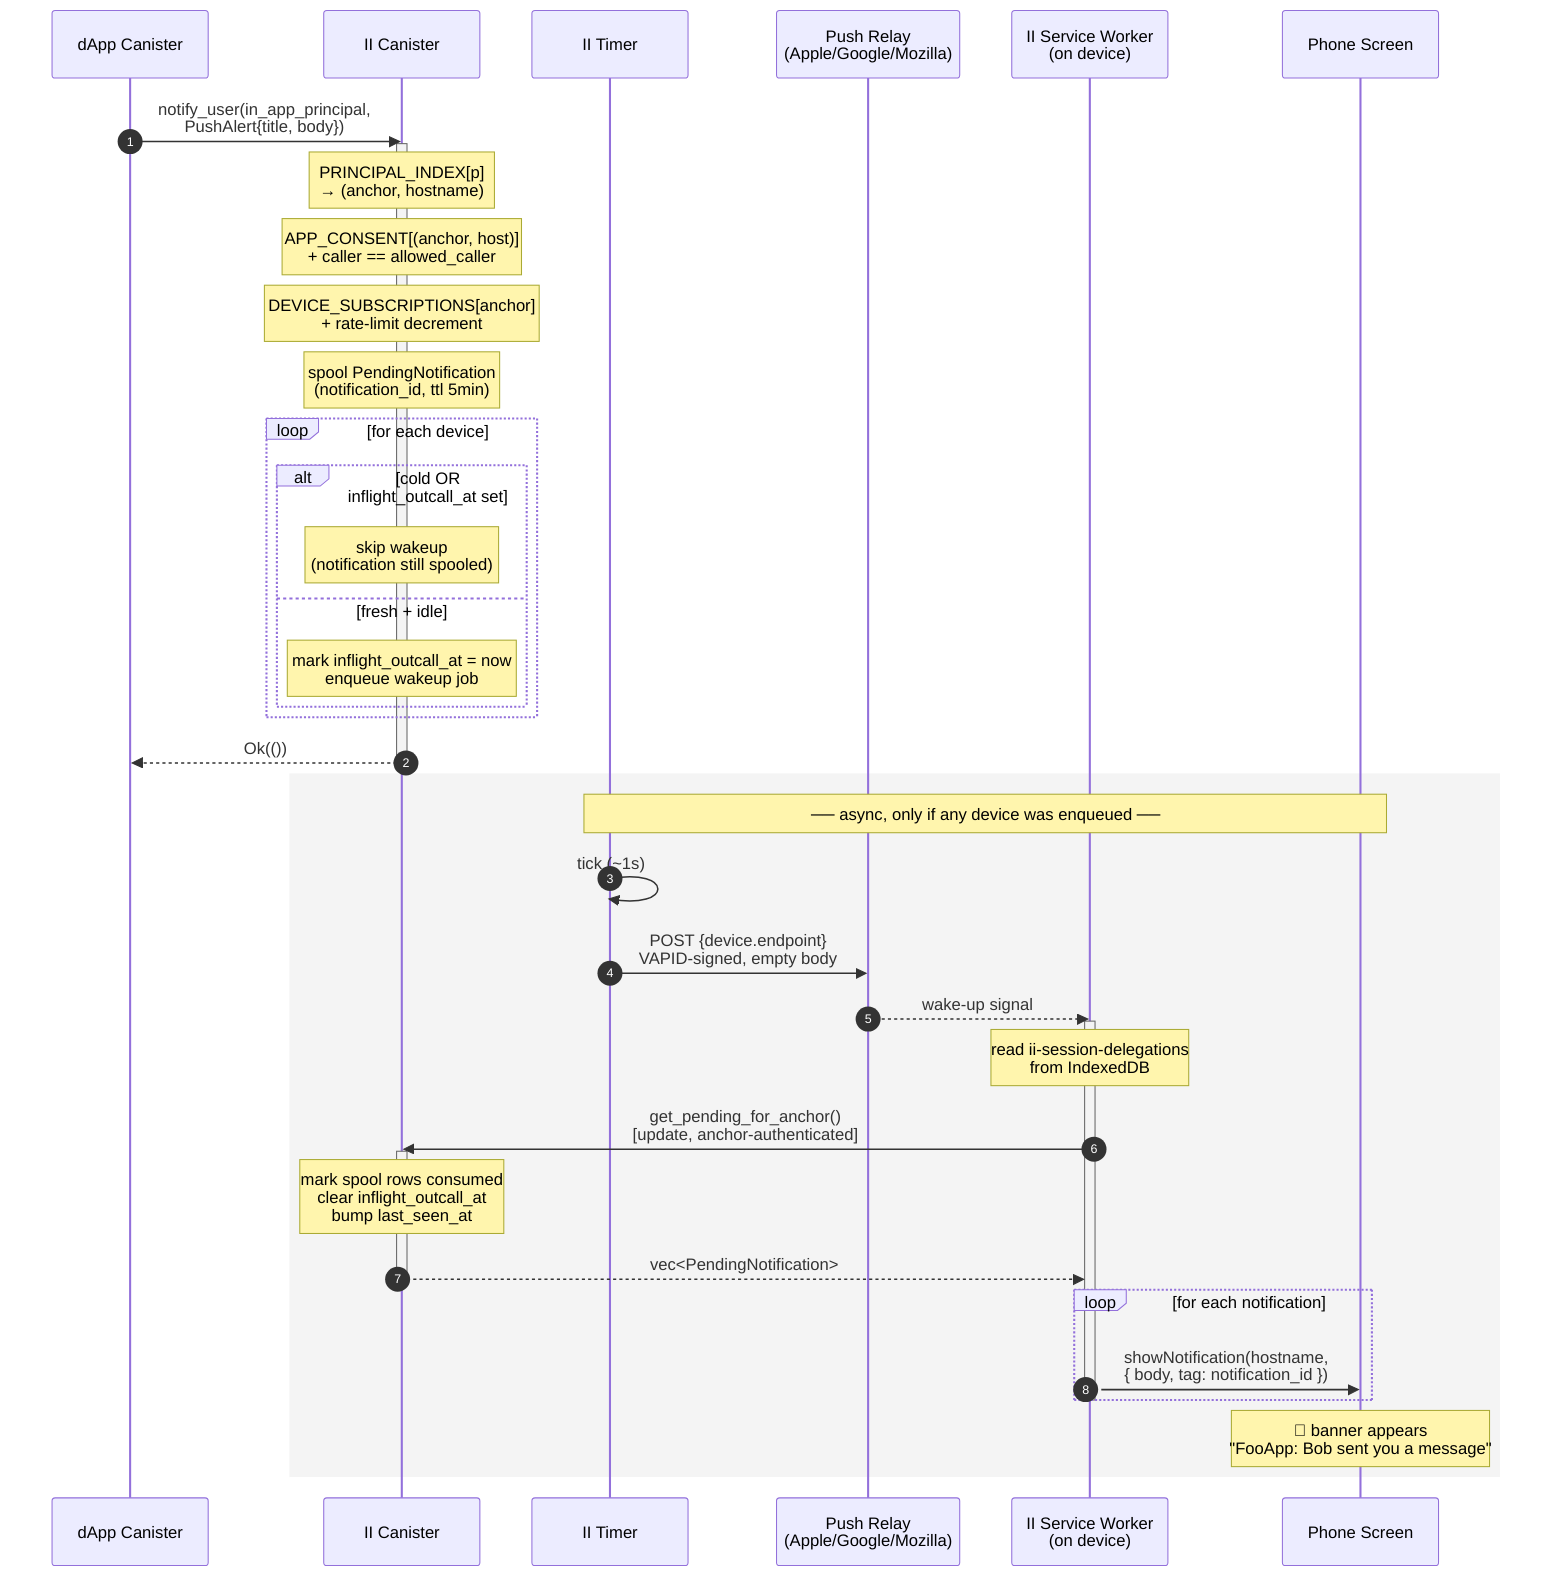
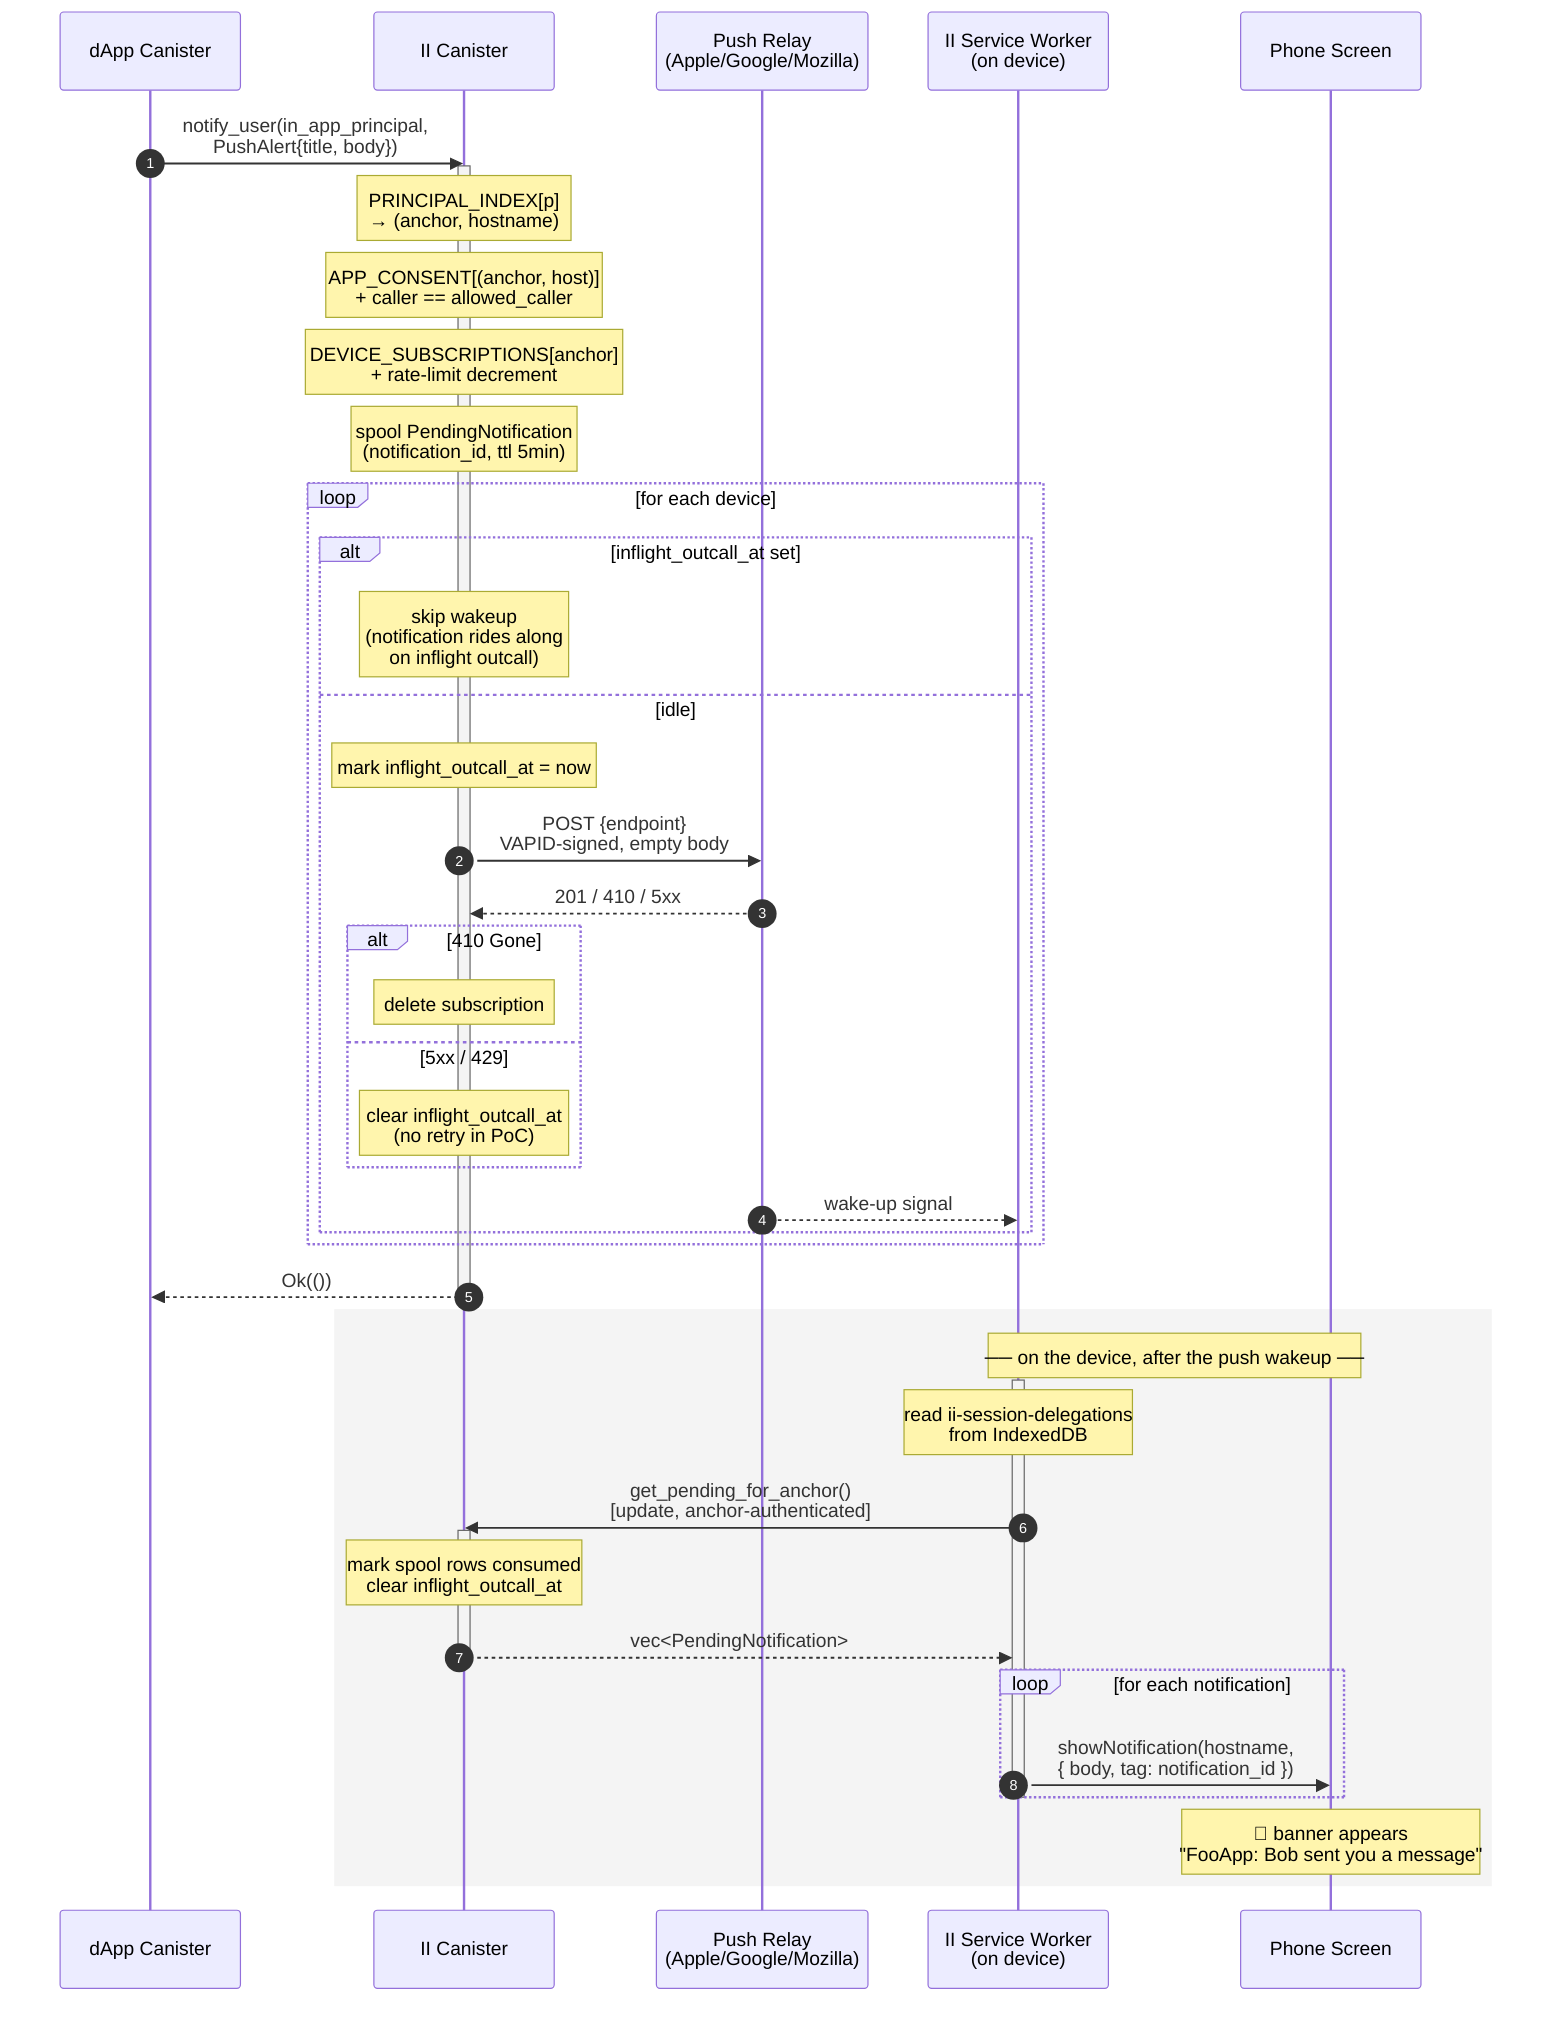
sequenceDiagram
    autonumber
    participant Dapp as dApp Canister
    participant II as II Canister
-     participant Timer as II Timer
    participant Push as Push Relay<br/>(Apple/Google/Mozilla)
    participant SW as II Service Worker<br/>(on device)
    participant Phone as Phone Screen

    Dapp->>II: notify_user(in_app_principal,<br/>PushAlert{title, body})
    activate II
    Note over II: PRINCIPAL_INDEX[p]<br/>→ (anchor, hostname)
    Note over II: APP_CONSENT[(anchor, host)]<br/>+ caller == allowed_caller
    Note over II: DEVICE_SUBSCRIPTIONS[anchor]<br/>+ rate-limit decrement
    Note over II: spool PendingNotification<br/>(notification_id, ttl 5min)

    loop for each device
-         alt cold OR inflight_outcall_at set
-             Note over II: skip wakeup<br/>(notification still spooled)
-         else fresh + idle
-             Note over II: mark inflight_outcall_at = now<br/>enqueue wakeup job
+         alt inflight_outcall_at set
+             Note over II: skip wakeup<br/>(notification rides along<br/>on inflight outcall)
+         else idle
+             Note over II: mark inflight_outcall_at = now
+             II->>Push: POST {endpoint}<br/>VAPID-signed, empty body
+             Push-->>II: 201 / 410 / 5xx
+             alt 410 Gone
+                 Note over II: delete subscription
+             else 5xx / 429
+                 Note over II: clear inflight_outcall_at<br/>(no retry in PoC)
+             end
+             Push-->>SW: wake-up signal
        end
    end
    II-->>Dapp: Ok(())
    deactivate II

    rect rgba(180, 180, 180, 0.15)
-         Note over Timer,Phone: ── async, only if any device was enqueued ──
-         Timer->>Timer: tick (~1s)
-         Timer->>Push: POST {device.endpoint}<br/>VAPID-signed, empty body
-         Push-->>SW: wake-up signal
+         Note over SW,Phone: ── on the device, after the push wakeup ──
        activate SW
        Note over SW: read ii-session-delegations<br/>from IndexedDB
        SW->>II: get_pending_for_anchor()<br/>[update, anchor-authenticated]
        activate II
-         Note over II: mark spool rows consumed<br/>clear inflight_outcall_at<br/>bump last_seen_at
+         Note over II: mark spool rows consumed<br/>clear inflight_outcall_at
        II-->>SW: vec<PendingNotification>
        deactivate II
        loop for each notification
            SW->>Phone: showNotification(hostname,<br/>{ body, tag: notification_id })
        end
        deactivate SW
        Note over Phone: 📱 banner appears<br/>"FooApp: Bob sent you a message"
    end
